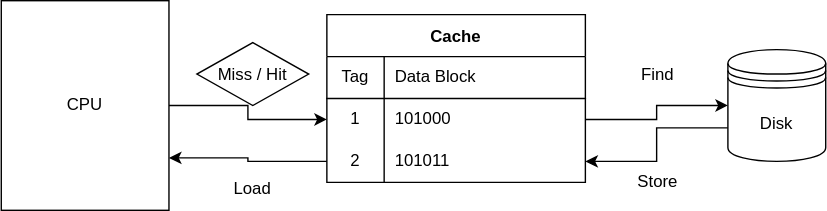
The draw.io diagram Cache 동작원리.svg in AnneMayor/TestRepository, before a commit. Source tidied: cells renumbered, new cells last; positions are measured from the earlier drawing's top-left corner, leaving out a move shared by most shapes.
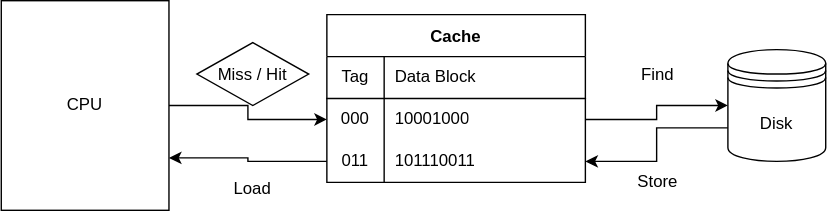
After the change.

Diff of the diagram source:
```diff
@@ -29,19 +29,19 @@
     <mxCell id="10" style="shape=partialRectangle;html=1;whiteSpace=wrap;fillColor=none;top=0;left=0;bottom=0;right=0;points=[[0,0.5],[1,0.5]];portConstraint=eastwest;strokeColor=default;" parent="6" vertex="1">
       <mxGeometry y="60" width="185" height="30" as="geometry" />
     </mxCell>
-    <mxCell id="11" value="1" style="shape=partialRectangle;html=1;whiteSpace=wrap;fillColor=none;top=0;left=0;bottom=0;right=0;overflow=hidden;strokeColor=default;" parent="10" vertex="1">
+    <mxCell id="11" value="000" style="shape=partialRectangle;html=1;whiteSpace=wrap;fillColor=none;top=0;left=0;bottom=0;right=0;overflow=hidden;strokeColor=default;" parent="10" vertex="1">
       <mxGeometry width="41" height="30" as="geometry" />
     </mxCell>
-    <mxCell id="12" value="101000" style="shape=partialRectangle;html=1;whiteSpace=wrap;fillColor=none;top=0;left=0;bottom=0;right=0;align=left;spacingLeft=6;overflow=hidden;strokeColor=default;" parent="10" vertex="1">
+    <mxCell id="12" value="10001000" style="shape=partialRectangle;html=1;whiteSpace=wrap;fillColor=none;top=0;left=0;bottom=0;right=0;align=left;spacingLeft=6;overflow=hidden;strokeColor=default;" parent="10" vertex="1">
       <mxGeometry x="41" width="144" height="30" as="geometry" />
     </mxCell>
     <mxCell id="13" style="shape=partialRectangle;html=1;whiteSpace=wrap;fillColor=none;top=0;left=0;bottom=0;right=0;points=[[0,0.5],[1,0.5]];portConstraint=eastwest;strokeColor=default;" parent="6" vertex="1">
       <mxGeometry y="90" width="185" height="30" as="geometry" />
     </mxCell>
-    <mxCell id="14" value="2" style="shape=partialRectangle;html=1;whiteSpace=wrap;fillColor=none;top=0;left=0;bottom=0;right=0;overflow=hidden;strokeColor=default;" parent="13" vertex="1">
+    <mxCell id="14" value="011" style="shape=partialRectangle;html=1;whiteSpace=wrap;fillColor=none;top=0;left=0;bottom=0;right=0;overflow=hidden;strokeColor=default;" parent="13" vertex="1">
       <mxGeometry width="41" height="30" as="geometry" />
     </mxCell>
-    <mxCell id="15" value="101011" style="shape=partialRectangle;html=1;whiteSpace=wrap;fillColor=none;top=0;left=0;bottom=0;right=0;align=left;spacingLeft=6;overflow=hidden;strokeColor=default;" parent="13" vertex="1">
+    <mxCell id="15" value="101110011" style="shape=partialRectangle;html=1;whiteSpace=wrap;fillColor=none;top=0;left=0;bottom=0;right=0;align=left;spacingLeft=6;overflow=hidden;strokeColor=default;" parent="13" vertex="1">
       <mxGeometry x="41" width="144" height="30" as="geometry" />
     </mxCell>
     <mxCell id="16" style="edgeStyle=orthogonalEdgeStyle;rounded=0;jettySize=auto;html=1;exitX=1;exitY=0.5;exitDx=0;exitDy=0;entryX=0;entryY=0.5;entryDx=0;entryDy=0;" parent="1" edge="1" source="10" target="5">
```
